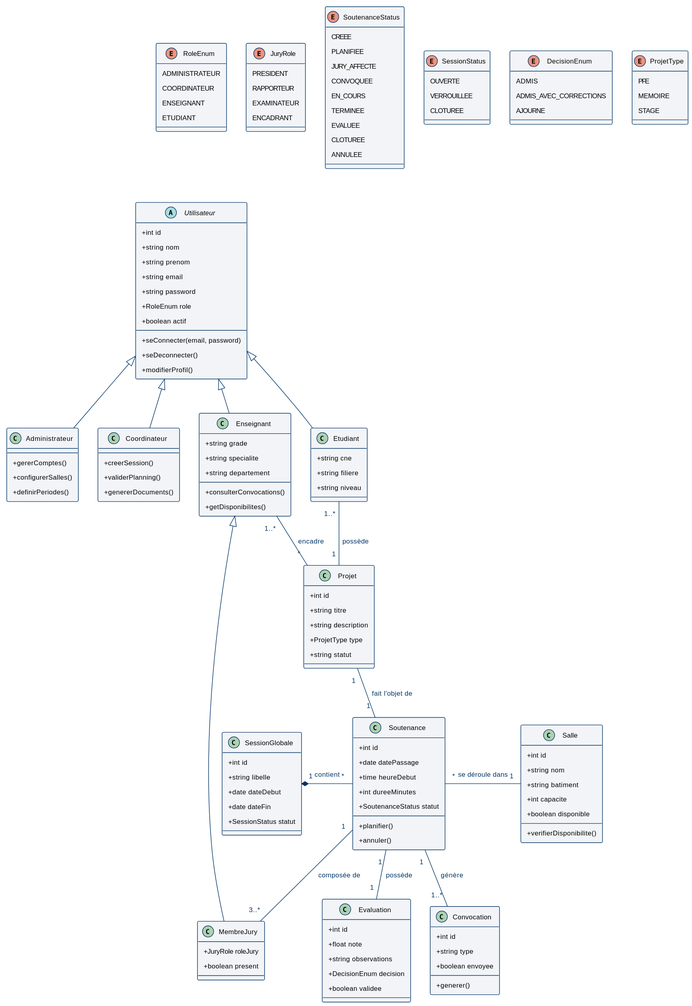
abdelaziz-ebourki/system-gestion-soutenance keeps this PlantUML diagram as diagrams/svg/class_global.svg. Above is the earlier version.
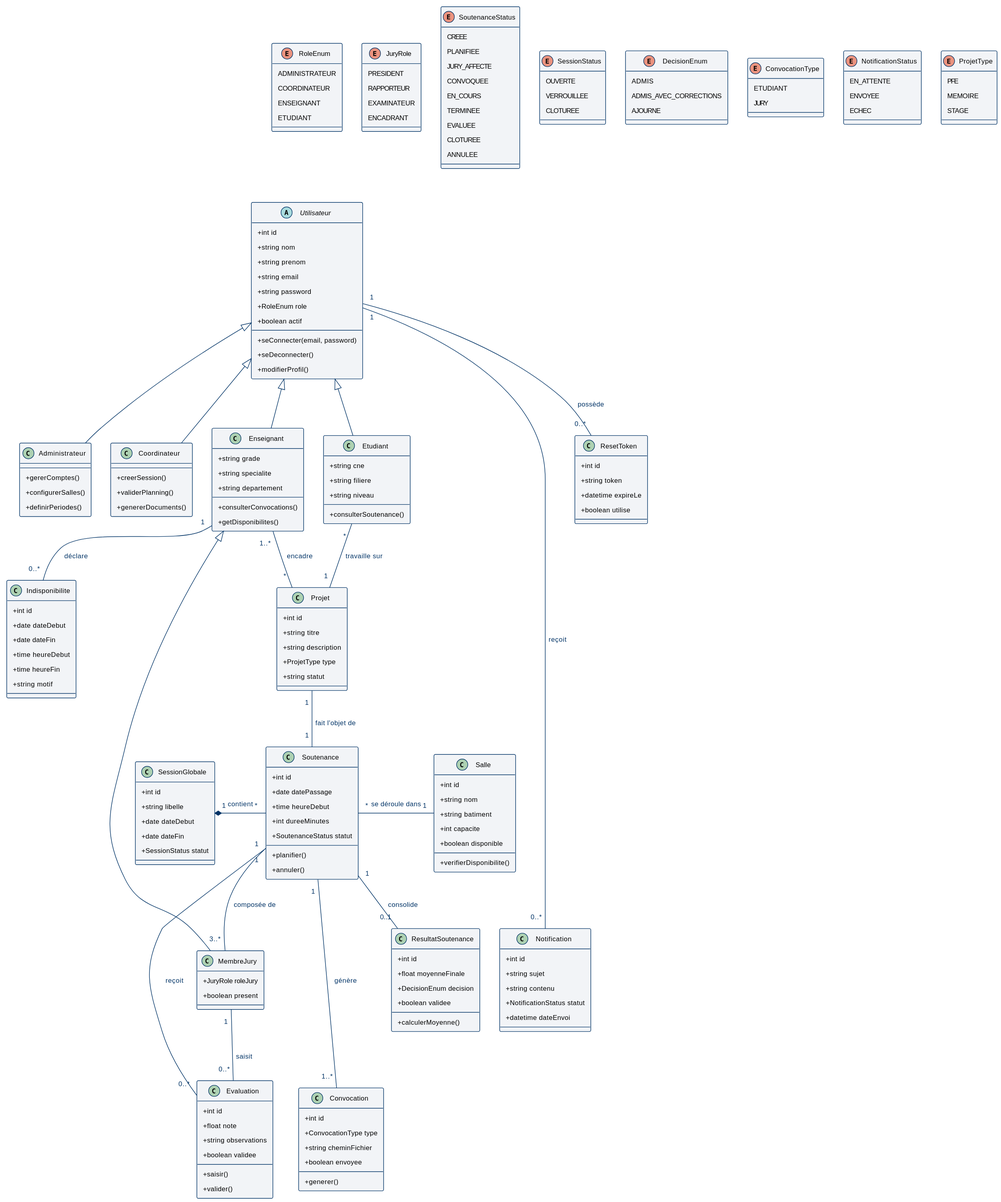
Above is the later version.

Diff of the diagram source:
```diff
@@ -38,6 +38,17 @@
     ADMIS
     ADMIS_AVEC_CORRECTIONS
     AJOURNE
+}
+
+enum ConvocationType {
+    ETUDIANT
+    JURY
+}
+
+enum NotificationStatus {
+    EN_ATTENTE
+    ENVOYEE
+    ECHEC
 }
 
 enum ProjetType {
@@ -84,6 +95,7 @@
     + string cne
     + string filiere
     + string niveau
+    + consulterSoutenance()
 }
 
 class MembreJury {
@@ -122,8 +134,26 @@
     + int id
     + float note
     + string observations
+    + boolean validee
+    + saisir()
+    + valider()
+}
+
+class ResultatSoutenance {
+    + int id
+    + float moyenneFinale
     + DecisionEnum decision
     + boolean validee
+    + calculerMoyenne()
+}
+
+class Indisponibilite {
+    + int id
+    + date dateDebut
+    + date dateFin
+    + time heureDebut
+    + time heureFin
+    + string motif
 }
 
 class SessionGlobale {
@@ -136,9 +166,25 @@
 
 class Convocation {
     + int id
-    + string type
+    + ConvocationType type
+    + string cheminFichier
     + boolean envoyee
     + generer()
+}
+
+class Notification {
+    + int id
+    + string sujet
+    + string contenu
+    + NotificationStatus statut
+    + datetime dateEnvoi
+}
+
+class ResetToken {
+    + int id
+    + string token
+    + datetime expireLe
+    + boolean utilise
 }
 
 
@@ -148,20 +194,27 @@
 Utilisateur <|-- Etudiant
 Enseignant <|-- MembreJury
 
-Etudiant "1..*" -- "1" Projet : possède
+Etudiant "*" -- "1" Projet : travaille sur
 Enseignant "1..*" -- "*" Projet : encadre
 Projet "1" -- "1" Soutenance : fait l'objet de
 SessionGlobale "1" *-- "*" Soutenance : contient
 Soutenance "*" -- "1" Salle : se déroule dans
 Soutenance "1" -- "3..*" MembreJury : composée de
-Soutenance "1" -- "1" Evaluation : possède
+Soutenance "1" -- "0..*" Evaluation : reçoit
+MembreJury "1" -- "0..*" Evaluation : saisit
+Soutenance "1" -- "0..1" ResultatSoutenance : consolide
 Soutenance "1" -- "1..*" Convocation : génère
+Enseignant "1" -- "0..*" Indisponibilite : déclare
+Utilisateur "1" -- "0..*" Notification : reçoit
+Utilisateur "1" -- "0..*" ResetToken : possède
 
 RoleEnum -[hidden]right- JuryRole
 JuryRole -[hidden]right- SoutenanceStatus
 SoutenanceStatus -[hidden]right- SessionStatus
 SessionStatus -[hidden]right- DecisionEnum
-DecisionEnum -[hidden]right- ProjetType
+DecisionEnum -[hidden]right- ConvocationType
+ConvocationType -[hidden]right- NotificationStatus
+NotificationStatus -[hidden]right- ProjetType
 
 RoleEnum -[hidden]down- Utilisateur
 Administrateur -[hidden]right- Coordinateur
@@ -172,4 +225,5 @@
 Soutenance -[hidden]right- Salle
 Soutenance -[hidden]down- Evaluation
 Evaluation -[hidden]right- Convocation
+ResultatSoutenance -[hidden]right- Notification
 @enduml
```
